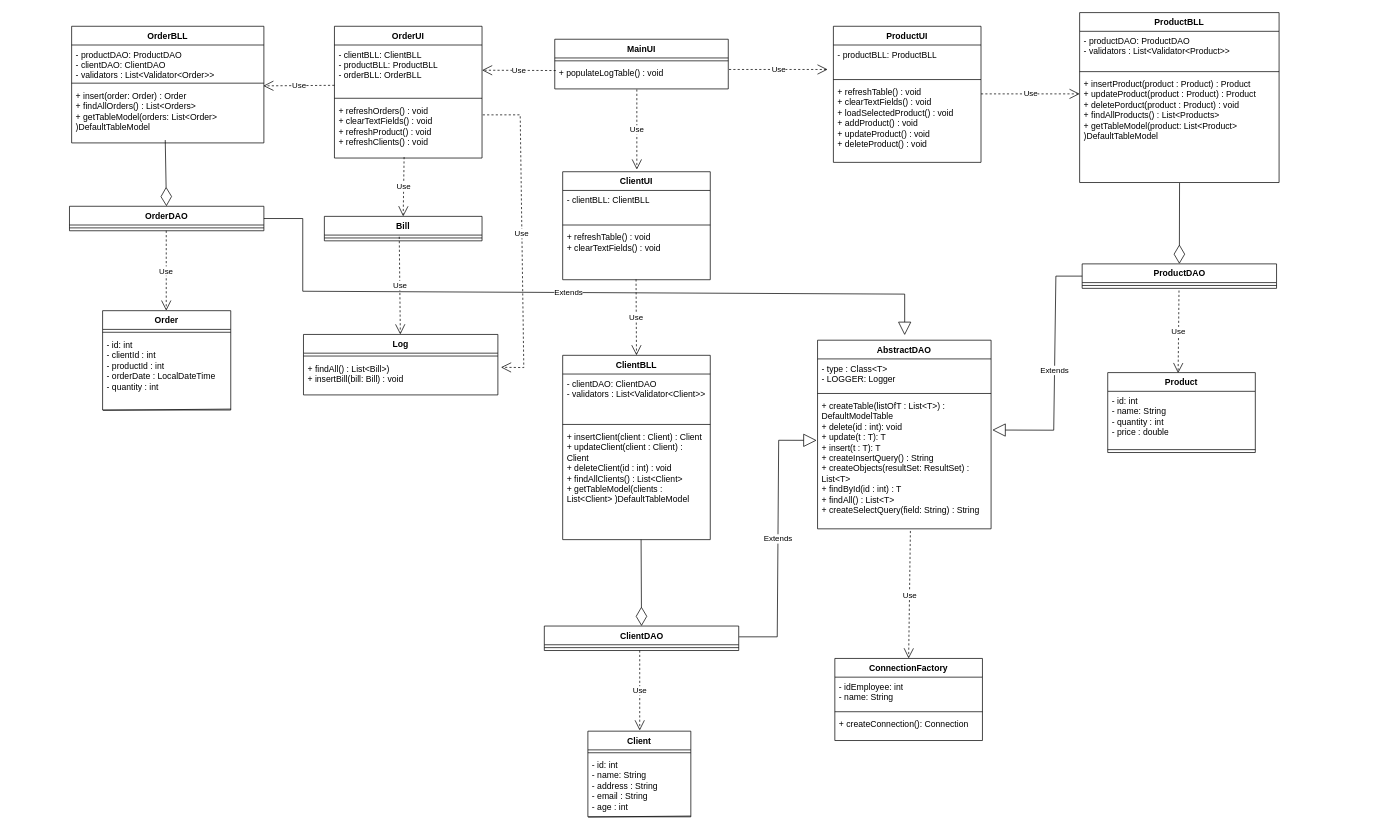
LauraPurcel/Queue-Management keeps this draw.io diagram as PT2025_302210_Purcel_Laura_Assignment_3/ClassDiagram.drawio. Above is the earlier version. Source tidied: cells renumbered, new cells numbered last; positions are measured from the earlier drawing's top-left corner, leaving out a move shared by most shapes. Both pictures are drawn from the tidied source at 72%, with x=0, y=0 at pixel (69, 12).
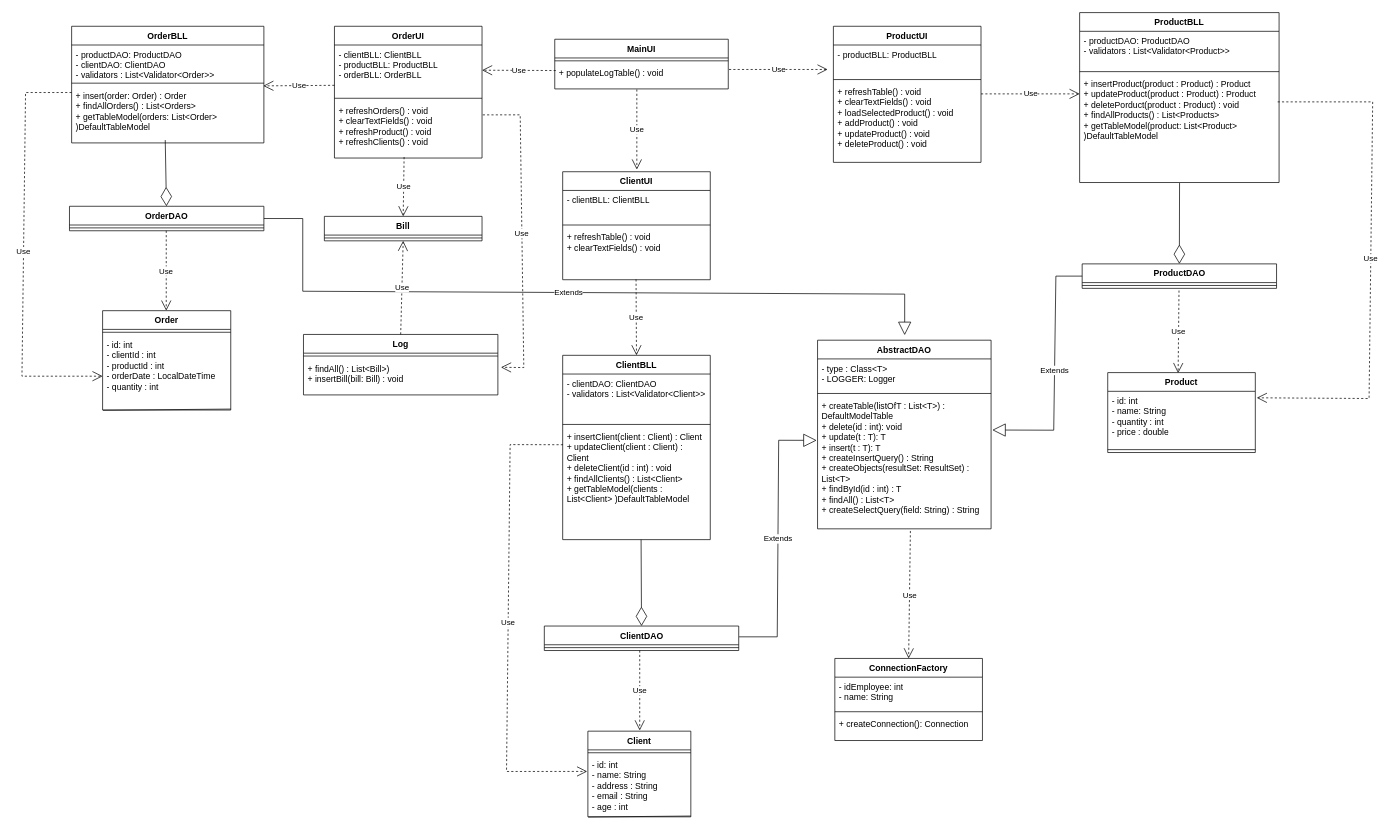
Above is the later version.

The change refers to these unchanged cells:
```xml
<mxCell id="9" value="&lt;div&gt;- id: int&lt;div&gt;- name: String&lt;/div&gt;&lt;div&gt;- address : String&lt;/div&gt;&lt;div&gt;- email : String&lt;/div&gt;&lt;/div&gt;&lt;div&gt;- age : int&lt;/div&gt;" style="text;strokeColor=none;fillColor=none;align=left;verticalAlign=top;spacingLeft=4;spacingRight=4;overflow=hidden;points=[[0,0.5],[1,0.5]];portConstraint=eastwest;whiteSpace=wrap;html=1;" parent="7" vertex="1">
  <mxGeometry y="34" width="143" height="85" as="geometry" />
</mxCell>
<mxCell id="15" value="Log" style="swimlane;fontStyle=1;align=center;verticalAlign=top;horizontal=1;startSize=26;whiteSpace=wrap;html=1;" parent="1" vertex="1">
  <mxGeometry x="325" y="447" width="270" height="84" as="geometry" />
</mxCell>
<mxCell id="46" value="&lt;div&gt;+ insertClient(client : Client) : Client&lt;/div&gt;&lt;div&gt;+ updateClient(client : Client) : Client&lt;br&gt;&lt;div&gt;+ deleteClient(id : int) : void&lt;/div&gt;&lt;/div&gt;&lt;div&gt;+ findAllClients() : List&amp;lt;Client&amp;gt;&lt;/div&gt;&lt;div&gt;+ getTableModel(clients : List&amp;lt;Client&amp;gt; )DefaultTableModel&lt;/div&gt;" style="text;strokeColor=none;fillColor=none;align=left;verticalAlign=top;spacingLeft=4;spacingRight=4;overflow=hidden;points=[[0,0.5],[1,0.5]];portConstraint=eastwest;whiteSpace=wrap;html=1;" parent="43" vertex="1">
  <mxGeometry y="100" width="205" height="156" as="geometry" />
</mxCell>
<mxCell id="73" value="Bill" style="swimlane;fontStyle=1;align=center;verticalAlign=top;horizontal=1;startSize=26;whiteSpace=wrap;html=1;" parent="1" vertex="1">
  <mxGeometry x="354" y="283" width="219" height="34" as="geometry" />
</mxCell>
<mxCell id="74" style="line;strokeWidth=1;fillColor=none;align=left;verticalAlign=middle;spacingTop=-1;spacingLeft=3;spacingRight=3;labelPosition=right;points=[];portConstraint=eastwest;strokeColor=inherit;" parent="73" vertex="1">
  <mxGeometry y="26" width="219" height="8" as="geometry" />
</mxCell>
```

Change to the diagram source:
```diff
@@
-    <mxCell id="76" value="Use" style="endArrow=open;endSize=12;dashed=1;html=1;rounded=0;exitX=0.475;exitY=0.292;exitDx=0;exitDy=0;exitPerimeter=0;" parent="1" edge="1" source="74" target="15">
+    <mxCell id="76" value="Use" style="endArrow=open;endSize=12;dashed=1;html=1;rounded=0;entryX=0.5;entryY=1;entryDx=0;entryDy=0;exitX=0.5;exitY=0;exitDx=0;exitDy=0;" parent="1" edge="1" source="15" target="73">
       <mxGeometry relative="1" as="geometry" />
     </mxCell>
@@
+    <mxCell id="78" value="Use" style="endArrow=open;endSize=12;dashed=1;html=1;rounded=0;exitX=0.002;exitY=0.155;exitDx=0;exitDy=0;exitPerimeter=0;entryX=-0.007;entryY=0.258;entryDx=0;entryDy=0;entryPerimeter=0;" parent="1" edge="1" source="46" target="9">
+      <mxGeometry relative="1" as="geometry">
+        <Array as="points">
+          <mxPoint x="612" y="600" />
+          <mxPoint x="607" y="1054" />
+        </Array>
+      </mxGeometry>
+    </mxCell>
+    <mxCell id="79" value="Use" style="endArrow=open;endSize=12;dashed=1;html=1;rounded=0;entryX=-0.007;entryY=0.258;entryDx=0;entryDy=0;entryPerimeter=0;" parent="1" edge="1">
+      <mxGeometry relative="1" as="geometry">
+        <mxPoint x="3" y="111" as="sourcePoint" />
+        <mxPoint x="46" y="505" as="targetPoint" />
+        <Array as="points">
+          <mxPoint x="-61" y="111" />
+          <mxPoint x="-66" y="505" />
+        </Array>
+      </mxGeometry>
+    </mxCell>
+    <mxCell id="80" value="Use" style="endArrow=open;endSize=12;dashed=1;html=1;rounded=0;" parent="1" edge="1">
+      <mxGeometry relative="1" as="geometry">
+        <mxPoint x="1678" y="124" as="sourcePoint" />
+        <mxPoint x="1649" y="535" as="targetPoint" />
+        <Array as="points">
+          <mxPoint x="1810" y="124" />
+          <mxPoint x="1805" y="536" />
+        </Array>
+      </mxGeometry>
+    </mxCell>
```
